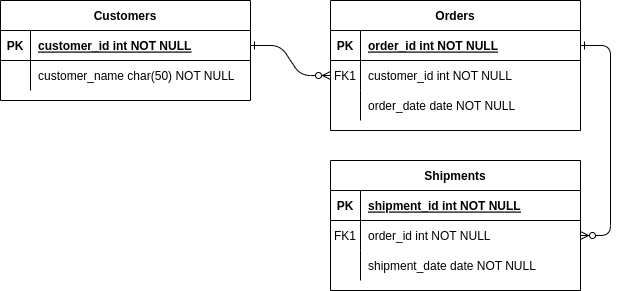
coscristian/Ciclo-2---MinTic keeps this draw.io diagram as BBDD/EntidadRelacion/ER-ElCorrientazo.png. Above is the earlier version. Source tidied: cells renumbered, new cells last; positions are measured from the earlier drawing's top-left corner, leaving out a move shared by most shapes. Source of this version:
```xml
<mxGraphModel>
  <root>
    <mxCell id="0" />
    <mxCell id="1" parent="0" />
    <mxCell id="2" style="edgeStyle=entityRelationEdgeStyle;endArrow=ERzeroToMany;startArrow=ERone;endFill=1;startFill=0;" parent="1" edge="1" source="25" target="8">
      <mxGeometry relative="1" as="geometry" />
    </mxCell>
    <mxCell id="3" style="edgeStyle=entityRelationEdgeStyle;endArrow=ERzeroToMany;startArrow=ERone;endFill=1;startFill=0;" parent="1" edge="1" source="5" target="18">
      <mxGeometry relative="1" as="geometry" />
    </mxCell>
    <mxCell id="4" value="Orders" style="shape=table;startSize=30;rowLines=0;fontStyle=1;align=center;" parent="1" vertex="1">
      <mxGeometry x="330" width="250" height="130" as="geometry" />
    </mxCell>
    <mxCell id="5" style="shape=partialRectangle;fillColor=none;points=[[0,0.5],[1,0.5]];portConstraint=eastwest;top=0;left=0;right=0;bottom=1;" parent="4" vertex="1">
      <mxGeometry y="30" width="250" height="30" as="geometry" />
    </mxCell>
    <mxCell id="6" value="PK" style="shape=partialRectangle;overflow=hidden;fillColor=none;top=0;left=0;bottom=0;right=0;fontStyle=1;" parent="5" vertex="1">
      <mxGeometry width="30" height="30" as="geometry" />
    </mxCell>
    <mxCell id="7" value="order_id int NOT NULL " style="shape=partialRectangle;overflow=hidden;fillColor=none;top=0;left=0;bottom=0;right=0;align=left;spacingLeft=6;fontStyle=5;" parent="5" vertex="1">
      <mxGeometry x="30" width="220" height="30" as="geometry" />
    </mxCell>
    <mxCell id="8" style="shape=partialRectangle;fillColor=none;points=[[0,0.5],[1,0.5]];portConstraint=eastwest;top=0;left=0;right=0;bottom=0;" parent="4" vertex="1">
      <mxGeometry y="60" width="250" height="30" as="geometry" />
    </mxCell>
    <mxCell id="9" value="FK1" style="shape=partialRectangle;overflow=hidden;fillColor=none;top=0;left=0;bottom=0;right=0;" parent="8" vertex="1">
      <mxGeometry width="30" height="30" as="geometry" />
    </mxCell>
    <mxCell id="10" value="customer_id int NOT NULL" style="shape=partialRectangle;overflow=hidden;fillColor=none;top=0;left=0;bottom=0;right=0;align=left;spacingLeft=6;" parent="8" vertex="1">
      <mxGeometry x="30" width="220" height="30" as="geometry" />
    </mxCell>
    <mxCell id="11" style="shape=partialRectangle;fillColor=none;top=0;left=0;right=0;bottom=0;" parent="4" vertex="1">
      <mxGeometry y="90" width="250" height="30" as="geometry" />
    </mxCell>
    <mxCell id="12" style="shape=partialRectangle;overflow=hidden;fillColor=none;top=0;left=0;bottom=0;right=0;" parent="11" vertex="1">
      <mxGeometry width="30" height="30" as="geometry" />
    </mxCell>
    <mxCell id="13" value="order_date date NOT NULL" style="shape=partialRectangle;overflow=hidden;fillColor=none;top=0;left=0;bottom=0;right=0;align=left;spacingLeft=6;" parent="11" vertex="1">
      <mxGeometry x="30" width="220" height="30" as="geometry" />
    </mxCell>
    <mxCell id="14" value="Shipments" style="shape=table;startSize=30;rowLines=0;fontStyle=1;align=center;" parent="1" vertex="1">
      <mxGeometry x="330" y="160" width="250" height="130" as="geometry" />
    </mxCell>
    <mxCell id="15" style="shape=partialRectangle;fillColor=none;top=0;left=0;right=0;bottom=1;" parent="14" vertex="1">
      <mxGeometry y="30" width="250" height="30" as="geometry" />
    </mxCell>
    <mxCell id="16" value="PK" style="shape=partialRectangle;overflow=hidden;fillColor=none;top=0;left=0;bottom=0;right=0;fontStyle=1;" parent="15" vertex="1">
      <mxGeometry width="30" height="30" as="geometry" />
    </mxCell>
    <mxCell id="17" value="shipment_id int NOT NULL " style="shape=partialRectangle;overflow=hidden;fillColor=none;top=0;left=0;bottom=0;right=0;align=left;spacingLeft=6;fontStyle=5;" parent="15" vertex="1">
      <mxGeometry x="30" width="220" height="30" as="geometry" />
    </mxCell>
    <mxCell id="18" style="shape=partialRectangle;fillColor=none;points=[[0,0.5],[1,0.5]];portConstraint=eastwest;top=0;left=0;right=0;bottom=0;" parent="14" vertex="1">
      <mxGeometry y="60" width="250" height="30" as="geometry" />
    </mxCell>
    <mxCell id="19" value="FK1" style="shape=partialRectangle;overflow=hidden;fillColor=none;top=0;left=0;bottom=0;right=0;" parent="18" vertex="1">
      <mxGeometry width="30" height="30" as="geometry" />
    </mxCell>
    <mxCell id="20" value="order_id int NOT NULL" style="shape=partialRectangle;overflow=hidden;fillColor=none;top=0;left=0;bottom=0;right=0;align=left;spacingLeft=6;" parent="18" vertex="1">
      <mxGeometry x="30" width="220" height="30" as="geometry" />
    </mxCell>
    <mxCell id="21" style="shape=partialRectangle;fillColor=none;top=0;left=0;right=0;bottom=0;" parent="14" vertex="1">
      <mxGeometry y="90" width="250" height="30" as="geometry" />
    </mxCell>
    <mxCell id="22" style="shape=partialRectangle;overflow=hidden;fillColor=none;top=0;left=0;bottom=0;right=0;" parent="21" vertex="1">
      <mxGeometry width="30" height="30" as="geometry" />
    </mxCell>
    <mxCell id="23" value="shipment_date date NOT NULL" style="shape=partialRectangle;overflow=hidden;fillColor=none;top=0;left=0;bottom=0;right=0;align=left;spacingLeft=6;" parent="21" vertex="1">
      <mxGeometry x="30" width="220" height="30" as="geometry" />
    </mxCell>
    <mxCell id="24" value="Customers" style="shape=table;startSize=30;rowLines=0;fontStyle=1;align=center;" parent="1" vertex="1">
      <mxGeometry width="250" height="100" as="geometry" />
    </mxCell>
    <mxCell id="25" style="shape=partialRectangle;fillColor=none;points=[[0,0.5],[1,0.5]];portConstraint=eastwest;top=0;left=0;right=0;bottom=1;" parent="24" vertex="1">
      <mxGeometry y="30" width="250" height="30" as="geometry" />
    </mxCell>
    <mxCell id="26" value="PK" style="shape=partialRectangle;overflow=hidden;fillColor=none;top=0;left=0;bottom=0;right=0;fontStyle=1;" parent="25" vertex="1">
      <mxGeometry width="30" height="30" as="geometry" />
    </mxCell>
    <mxCell id="27" value="customer_id int NOT NULL " style="shape=partialRectangle;overflow=hidden;fillColor=none;top=0;left=0;bottom=0;right=0;align=left;spacingLeft=6;fontStyle=5;" parent="25" vertex="1">
      <mxGeometry x="30" width="220" height="30" as="geometry" />
    </mxCell>
    <mxCell id="28" style="shape=partialRectangle;fillColor=none;top=0;left=0;right=0;bottom=0;" parent="24" vertex="1">
      <mxGeometry y="60" width="250" height="30" as="geometry" />
    </mxCell>
    <mxCell id="29" style="shape=partialRectangle;overflow=hidden;fillColor=none;top=0;left=0;bottom=0;right=0;" parent="28" vertex="1">
      <mxGeometry width="30" height="30" as="geometry" />
    </mxCell>
    <mxCell id="30" value="customer_name char(50) NOT NULL" style="shape=partialRectangle;overflow=hidden;fillColor=none;top=0;left=0;bottom=0;right=0;align=left;spacingLeft=6;" parent="28" vertex="1">
      <mxGeometry x="30" width="220" height="30" as="geometry" />
    </mxCell>
  </root>
</mxGraphModel>
```
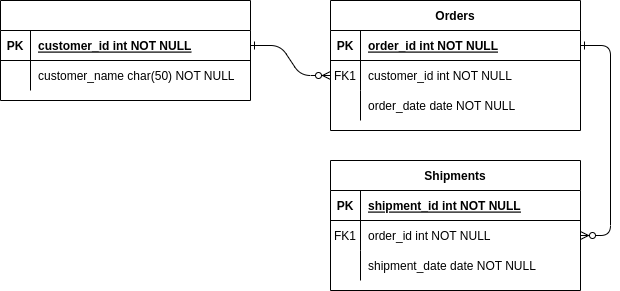
After the commit.

Change to the diagram source:
```diff
@@ -68,7 +68,7 @@
     <mxCell id="23" value="shipment_date date NOT NULL" style="shape=partialRectangle;overflow=hidden;fillColor=none;top=0;left=0;bottom=0;right=0;align=left;spacingLeft=6;" parent="21" vertex="1">
       <mxGeometry x="30" width="220" height="30" as="geometry" />
     </mxCell>
-    <mxCell id="24" value="Customers" style="shape=table;startSize=30;rowLines=0;fontStyle=1;align=center;" parent="1" vertex="1">
+    <mxCell id="24" style="shape=table;startSize=30;rowLines=0;fontStyle=1;align=center;" parent="1" vertex="1">
       <mxGeometry width="250" height="100" as="geometry" />
     </mxCell>
     <mxCell id="25" style="shape=partialRectangle;fillColor=none;points=[[0,0.5],[1,0.5]];portConstraint=eastwest;top=0;left=0;right=0;bottom=1;" parent="24" vertex="1">
```
